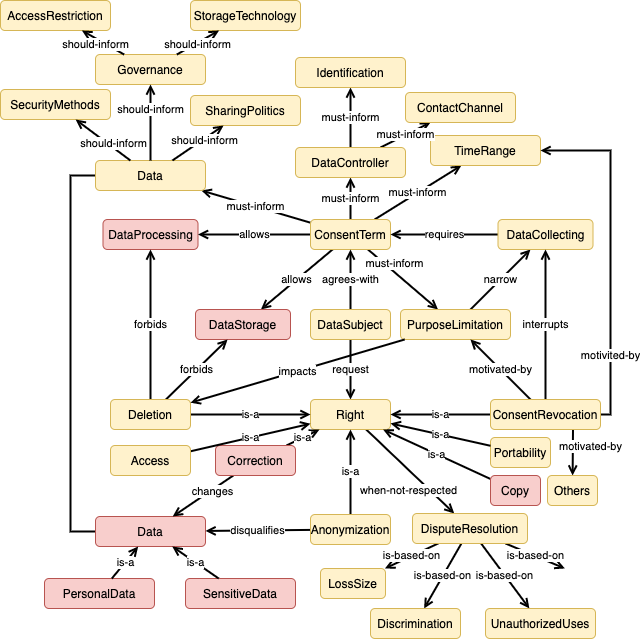
The draw.io diagram img/DataCorrectionImpact.png in phalves/GoDReP, before a commit. Source tidied: cells renumbered, new cells last; positions are measured from the earlier drawing's top-left corner, leaving out a move shared by most shapes.
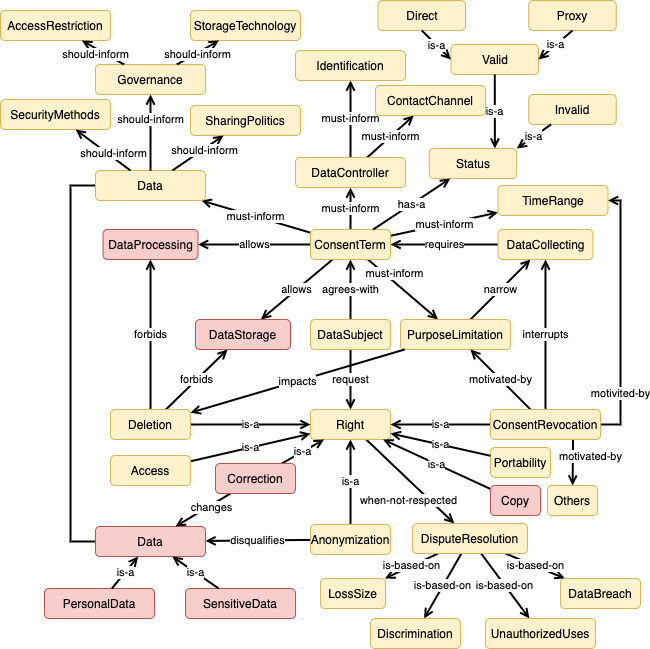
After the change.

Commit message:
Updating the scenario impact images

Diff of the diagram source:
```diff
@@ -33,7 +33,7 @@
       <mxGeometry x="400" y="309" width="110" height="30" as="geometry" />
     </mxCell>
     <mxCell id="12" value="TimeRange" style="rounded=1;whiteSpace=wrap;html=1;fillColor=#fff2cc;strokeColor=#d6b656;" parent="1" vertex="1">
-      <mxGeometry x="430" y="135" width="110" height="30" as="geometry" />
+      <mxGeometry x="497.5" y="175" width="110" height="30" as="geometry" />
     </mxCell>
     <mxCell id="13" value="must-inform" style="edgeStyle=none;rounded=0;jettySize=auto;html=1;endArrow=open;endFill=0;strokeWidth=2;" parent="1" edge="1" source="15" target="19">
       <mxGeometry relative="1" as="geometry" />
@@ -59,10 +59,10 @@
       <mxGeometry relative="1" as="geometry" />
     </mxCell>
     <mxCell id="19" value="Identification" style="rounded=1;whiteSpace=wrap;html=1;fillColor=#fff2cc;strokeColor=#d6b656;" parent="1" vertex="1">
-      <mxGeometry x="295" y="57" width="110" height="30" as="geometry" />
+      <mxGeometry x="295" y="40" width="110" height="30" as="geometry" />
     </mxCell>
     <mxCell id="20" value="ContactChannel" style="rounded=1;whiteSpace=wrap;html=1;fillColor=#fff2cc;strokeColor=#d6b656;" parent="1" vertex="1">
-      <mxGeometry x="405" y="92" width="110" height="30" as="geometry" />
+      <mxGeometry x="375" y="75" width="110" height="30" as="geometry" />
     </mxCell>
     <mxCell id="21" value="Data" style="rounded=1;whiteSpace=wrap;html=1;fillColor=#f8cecc;strokeColor=#b85450;" parent="1" vertex="1">
       <mxGeometry x="95" y="516" width="110" height="30" as="geometry" />
@@ -103,12 +103,12 @@
     <mxCell id="33" value="motivited-by" style="edgeStyle=none;rounded=0;jettySize=auto;html=1;endArrow=open;endFill=0;strokeWidth=2;" parent="1" edge="1" source="35" target="12">
       <mxGeometry x="-0.6" relative="1" as="geometry">
         <Array as="points">
-          <mxPoint x="610" y="414" />
-          <mxPoint x="610" y="150" />
+          <mxPoint x="620" y="414" />
+          <mxPoint x="620" y="190" />
         </Array>
       </mxGeometry>
     </mxCell>
-    <mxCell id="34" value="motivated-by" style="edgeStyle=none;rounded=0;jettySize=auto;html=1;endArrow=open;endFill=0;strokeWidth=2;exitX=0.75;exitY=1;exitDx=0;exitDy=0;" parent="1" edge="1" source="35" target="59">
+    <mxCell id="34" value="motivated-by" style="edgeStyle=none;rounded=0;jettySize=auto;html=1;endArrow=open;endFill=0;strokeWidth=2;exitX=0.75;exitY=1;exitDx=0;exitDy=0;" parent="1" edge="1" source="35" target="60">
       <mxGeometry x="-0.26" y="18" relative="1" as="geometry" />
     </mxCell>
     <mxCell id="35" value="ConsentRevocation" style="rounded=1;whiteSpace=wrap;html=1;fillColor=#fff2cc;strokeColor=#d6b656;" parent="1" vertex="1">
@@ -130,7 +130,7 @@
       <mxGeometry x="-0.29" y="2" relative="1" as="geometry" />
     </mxCell>
     <mxCell id="41" value="Correction" style="rounded=1;whiteSpace=wrap;html=1;fillColor=#f8cecc;strokeColor=#b85450;" parent="1" vertex="1">
-      <mxGeometry x="215" y="445" width="80" height="30" as="geometry" />
+      <mxGeometry x="215" y="453" width="80" height="30" as="geometry" />
     </mxCell>
     <mxCell id="42" value="is-a" style="edgeStyle=none;rounded=0;jettySize=auto;html=1;endArrow=open;endFill=0;strokeWidth=2;" parent="1" edge="1" source="45" target="26">
       <mxGeometry relative="1" as="geometry" />
@@ -156,10 +156,8 @@
     <mxCell id="49" value="is-based-on" style="edgeStyle=none;rounded=0;jettySize=auto;html=1;endArrow=open;endFill=0;strokeWidth=2;" parent="1" edge="1" source="51" target="54">
       <mxGeometry relative="1" as="geometry" />
     </mxCell>
-    <mxCell id="50" value="is-based-on" style="edgeStyle=none;rounded=0;jettySize=auto;html=1;endArrow=open;endFill=0;strokeWidth=2;" parent="1" edge="1" source="51">
-      <mxGeometry relative="1" as="geometry">
-        <mxPoint x="564.4" y="568" as="targetPoint" />
-      </mxGeometry>
+    <mxCell id="50" value="is-based-on" style="edgeStyle=none;rounded=0;jettySize=auto;html=1;endArrow=open;endFill=0;strokeWidth=2;" parent="1" edge="1" source="51" target="55">
+      <mxGeometry relative="1" as="geometry" />
     </mxCell>
     <mxCell id="51" value="DisputeResolution" style="rounded=1;whiteSpace=wrap;html=1;fillColor=#fff2cc;strokeColor=#d6b656;" parent="1" vertex="1">
       <mxGeometry x="412" y="513" width="115" height="30" as="geometry" />
@@ -173,71 +171,104 @@
     <mxCell id="54" value="UnauthorizedUses" style="rounded=1;whiteSpace=wrap;html=1;fillColor=#fff2cc;strokeColor=#d6b656;" parent="1" vertex="1">
       <mxGeometry x="485" y="608" width="110" height="30" as="geometry" />
     </mxCell>
-    <mxCell id="55" value="is-a" style="edgeStyle=none;rounded=0;jettySize=auto;html=1;endArrow=open;endFill=0;strokeWidth=2;" parent="1" edge="1" source="56" target="26">
-      <mxGeometry relative="1" as="geometry" />
+    <mxCell id="55" value="DataBreach" style="rounded=1;whiteSpace=wrap;html=1;fillColor=#fff2cc;strokeColor=#d6b656;" parent="1" vertex="1">
+      <mxGeometry x="560" y="568" width="80" height="30" as="geometry" />
     </mxCell>
-    <mxCell id="56" value="Access" style="rounded=1;whiteSpace=wrap;html=1;fillColor=#fff2cc;strokeColor=#d6b656;" parent="1" vertex="1">
-      <mxGeometry x="110" y="445" width="80" height="30" as="geometry" />
+    <mxCell id="56" value="is-a" style="edgeStyle=none;rounded=0;jettySize=auto;html=1;endArrow=open;endFill=0;strokeWidth=2;" parent="1" edge="1" source="57" target="26">
+      <mxGeometry relative="1" as="geometry" />
     </mxCell>
-    <mxCell id="57" value="is-a" style="edgeStyle=none;rounded=0;jettySize=auto;html=1;endArrow=open;endFill=0;strokeWidth=2;" parent="1" edge="1" source="58" target="26">
-      <mxGeometry relative="1" as="geometry" />
+    <mxCell id="57" value="Access" style="rounded=1;whiteSpace=wrap;html=1;fillColor=#fff2cc;strokeColor=#d6b656;" parent="1" vertex="1">
+      <mxGeometry x="110" y="445" width="80" height="30" as="geometry" />
     </mxCell>
-    <mxCell id="58" value="Copy" style="rounded=1;whiteSpace=wrap;html=1;fillColor=#f8cecc;strokeColor=#b85450;" parent="1" vertex="1">
-      <mxGeometry x="490" y="475" width="50" height="30" as="geometry" />
+    <mxCell id="58" value="is-a" style="edgeStyle=none;rounded=0;jettySize=auto;html=1;endArrow=open;endFill=0;strokeWidth=2;" parent="1" edge="1" source="59" target="26">
+      <mxGeometry relative="1" as="geometry" />
     </mxCell>
-    <mxCell id="59" value="Others" style="rounded=1;whiteSpace=wrap;html=1;fillColor=#fff2cc;strokeColor=#d6b656;" parent="1" vertex="1">
-      <mxGeometry x="547" y="475" width="50" height="30" as="geometry" />
+    <mxCell id="59" value="Copy" style="rounded=1;whiteSpace=wrap;html=1;fillColor=#f8cecc;strokeColor=#b85450;" parent="1" vertex="1">
+      <mxGeometry x="490" y="475" width="50" height="30" as="geometry" />
     </mxCell>
-    <mxCell id="60" value="PersonalData" style="rounded=1;whiteSpace=wrap;html=1;fillColor=#f8cecc;strokeColor=#b85450;" parent="1" vertex="1">
-      <mxGeometry x="44" y="578" width="110" height="30" as="geometry" />
+    <mxCell id="60" value="Others" style="rounded=1;whiteSpace=wrap;html=1;fillColor=#fff2cc;strokeColor=#d6b656;" parent="1" vertex="1">
+      <mxGeometry x="547" y="475" width="50" height="30" as="geometry" />
     </mxCell>
-    <mxCell id="61" value="SensitiveData" style="rounded=1;whiteSpace=wrap;html=1;fillColor=#f8cecc;strokeColor=#b85450;" parent="1" vertex="1">
-      <mxGeometry x="185" y="578" width="110" height="30" as="geometry" />
+    <mxCell id="61" value="PersonalData" style="rounded=1;whiteSpace=wrap;html=1;fillColor=#f8cecc;strokeColor=#b85450;" parent="1" vertex="1">
+      <mxGeometry x="44" y="578" width="110" height="30" as="geometry" />
     </mxCell>
-    <mxCell id="62" value="is-a" style="edgeStyle=none;rounded=0;jettySize=auto;html=1;endArrow=open;endFill=0;strokeWidth=2;" parent="1" edge="1" source="60" target="21">
-      <mxGeometry relative="1" as="geometry" />
+    <mxCell id="62" value="SensitiveData" style="rounded=1;whiteSpace=wrap;html=1;fillColor=#f8cecc;strokeColor=#b85450;" parent="1" vertex="1">
+      <mxGeometry x="185" y="578" width="110" height="30" as="geometry" />
     </mxCell>
     <mxCell id="63" value="is-a" style="edgeStyle=none;rounded=0;jettySize=auto;html=1;endArrow=open;endFill=0;strokeWidth=2;" parent="1" edge="1" source="61" target="21">
       <mxGeometry relative="1" as="geometry" />
     </mxCell>
-    <mxCell id="64" value="Portability" style="rounded=1;whiteSpace=wrap;html=1;fillColor=#fff2cc;strokeColor=#d6b656;" parent="1" vertex="1">
-      <mxGeometry x="490" y="437" width="60" height="30" as="geometry" />
+    <mxCell id="64" value="is-a" style="edgeStyle=none;rounded=0;jettySize=auto;html=1;endArrow=open;endFill=0;strokeWidth=2;" parent="1" edge="1" source="62" target="21">
+      <mxGeometry relative="1" as="geometry" />
     </mxCell>
-    <mxCell id="65" value="is-a" style="edgeStyle=none;rounded=0;jettySize=auto;html=1;endArrow=open;endFill=0;strokeWidth=2;" parent="1" edge="1" source="64" target="26">
-      <mxGeometry relative="1" as="geometry" />
+    <mxCell id="65" value="Portability" style="rounded=1;whiteSpace=wrap;html=1;fillColor=#fff2cc;strokeColor=#d6b656;" parent="1" vertex="1">
+      <mxGeometry x="490" y="437" width="60" height="30" as="geometry" />
     </mxCell>
-    <mxCell id="66" value="SecurityMethods" style="rounded=1;whiteSpace=wrap;html=1;fillColor=#fff2cc;strokeColor=#d6b656;" parent="1" vertex="1">
-      <mxGeometry y="89" width="110" height="30" as="geometry" />
+    <mxCell id="66" value="is-a" style="edgeStyle=none;rounded=0;jettySize=auto;html=1;endArrow=open;endFill=0;strokeWidth=2;" parent="1" edge="1" source="65" target="26">
+      <mxGeometry relative="1" as="geometry" />
     </mxCell>
-    <mxCell id="67" value="Governance" style="rounded=1;whiteSpace=wrap;html=1;fillColor=#fff2cc;strokeColor=#d6b656;" parent="1" vertex="1">
-      <mxGeometry x="95" y="54" width="110" height="30" as="geometry" />
+    <mxCell id="67" value="SecurityMethods" style="rounded=1;whiteSpace=wrap;html=1;fillColor=#fff2cc;strokeColor=#d6b656;" parent="1" vertex="1">
+      <mxGeometry y="89" width="110" height="30" as="geometry" />
     </mxCell>
-    <mxCell id="68" value="SharingPolitics" style="rounded=1;whiteSpace=wrap;html=1;fillColor=#fff2cc;strokeColor=#d6b656;" parent="1" vertex="1">
-      <mxGeometry x="190" y="95" width="110" height="30" as="geometry" />
+    <mxCell id="68" value="Governance" style="rounded=1;whiteSpace=wrap;html=1;fillColor=#fff2cc;strokeColor=#d6b656;" parent="1" vertex="1">
+      <mxGeometry x="95" y="54" width="110" height="30" as="geometry" />
     </mxCell>
-    <mxCell id="69" value="should-inform" style="edgeStyle=none;rounded=0;jettySize=auto;html=1;endArrow=open;endFill=0;strokeWidth=2;" parent="1" edge="1" source="17" target="68">
-      <mxGeometry x="0.21" y="-2" relative="1" as="geometry" />
+    <mxCell id="69" value="SharingPolitics" style="rounded=1;whiteSpace=wrap;html=1;fillColor=#fff2cc;strokeColor=#d6b656;" parent="1" vertex="1">
+      <mxGeometry x="190" y="95" width="110" height="30" as="geometry" />
     </mxCell>
-    <mxCell id="70" value="should-inform" style="edgeStyle=none;rounded=0;jettySize=auto;html=1;endArrow=open;endFill=0;strokeWidth=2;" parent="1" edge="1" source="17" target="66">
-      <mxGeometry x="-0.31" y="-3" relative="1" as="geometry" />
+    <mxCell id="70" value="should-inform" style="edgeStyle=none;rounded=0;jettySize=auto;html=1;endArrow=open;endFill=0;strokeWidth=2;" parent="1" edge="1" source="17" target="69">
+      <mxGeometry x="0.21" y="-2" relative="1" as="geometry" />
     </mxCell>
     <mxCell id="71" value="should-inform" style="edgeStyle=none;rounded=0;jettySize=auto;html=1;endArrow=open;endFill=0;strokeWidth=2;" parent="1" edge="1" source="17" target="67">
-      <mxGeometry x="0.33" relative="1" as="geometry" />
+      <mxGeometry x="-0.31" y="-3" relative="1" as="geometry" />
     </mxCell>
-    <mxCell id="72" value="AccessRestriction" style="rounded=1;whiteSpace=wrap;html=1;fillColor=#fff2cc;strokeColor=#d6b656;" parent="1" vertex="1">
-      <mxGeometry width="110" height="30" as="geometry" />
+    <mxCell id="72" value="should-inform" style="edgeStyle=none;rounded=0;jettySize=auto;html=1;endArrow=open;endFill=0;strokeWidth=2;" parent="1" edge="1" source="17" target="68">
+      <mxGeometry x="0.33" relative="1" as="geometry" />
     </mxCell>
-    <mxCell id="73" value="StorageTechnology" style="rounded=1;whiteSpace=wrap;html=1;fillColor=#fff2cc;strokeColor=#d6b656;" parent="1" vertex="1">
-      <mxGeometry x="190" width="110" height="30" as="geometry" />
+    <mxCell id="73" value="AccessRestriction" style="rounded=1;whiteSpace=wrap;html=1;fillColor=#fff2cc;strokeColor=#d6b656;" parent="1" vertex="1">
+      <mxGeometry width="110" height="30" as="geometry" />
     </mxCell>
-    <mxCell id="74" value="should-inform" style="edgeStyle=none;rounded=0;jettySize=auto;html=1;endArrow=open;endFill=0;strokeWidth=2;" parent="1" edge="1" source="67" target="72">
-      <mxGeometry x="0.25" y="6" relative="1" as="geometry" />
+    <mxCell id="74" value="StorageTechnology" style="rounded=1;whiteSpace=wrap;html=1;fillColor=#fff2cc;strokeColor=#d6b656;" parent="1" vertex="1">
+      <mxGeometry x="190" width="110" height="30" as="geometry" />
     </mxCell>
-    <mxCell id="75" value="should-inform" style="edgeStyle=none;rounded=0;jettySize=auto;html=1;endArrow=open;endFill=0;strokeWidth=2;" parent="1" edge="1" source="67" target="73">
-      <mxGeometry x="-0.05" y="-2" relative="1" as="geometry" />
+    <mxCell id="75" value="should-inform" style="edgeStyle=none;rounded=0;jettySize=auto;html=1;endArrow=open;endFill=0;strokeWidth=2;" parent="1" edge="1" source="68" target="73">
+      <mxGeometry x="0.25" y="6" relative="1" as="geometry" />
     </mxCell>
-    <mxCell id="76" value="impacts" style="edgeStyle=none;rounded=0;jettySize=auto;html=1;endArrow=open;endFill=0;strokeWidth=2;" parent="1" edge="1" source="11" target="45">
-      <mxGeometry relative="1" as="geometry" />
+    <mxCell id="76" value="should-inform" style="edgeStyle=none;rounded=0;jettySize=auto;html=1;endArrow=open;endFill=0;strokeWidth=2;" parent="1" edge="1" source="68" target="74">
+      <mxGeometry x="-0.05" y="-2" relative="1" as="geometry" />
     </mxCell>
+    <mxCell id="77" value="impacts" style="edgeStyle=none;rounded=0;jettySize=auto;html=1;endArrow=open;endFill=0;strokeWidth=2;" parent="1" edge="1" source="11" target="45">
+      <mxGeometry relative="1" as="geometry" />
+    </mxCell>
+    <mxCell id="78" value="Status" style="rounded=1;whiteSpace=wrap;html=1;fillColor=#fff2cc;strokeColor=#d6b656;" parent="1" vertex="1">
+      <mxGeometry x="428.8" y="138" width="87.5" height="30" as="geometry" />
+    </mxCell>
+    <mxCell id="79" value="has-a" style="edgeStyle=none;rounded=0;jettySize=auto;html=1;endArrow=open;endFill=0;strokeWidth=2;" parent="1" edge="1" source="9" target="78">
+      <mxGeometry relative="1" as="geometry" />
+    </mxCell>
+    <mxCell id="80" value="Valid" style="rounded=1;whiteSpace=wrap;html=1;fillColor=#fff2cc;strokeColor=#d6b656;" parent="1" vertex="1">
+      <mxGeometry x="450.5" y="34" width="87.5" height="30" as="geometry" />
+    </mxCell>
+    <mxCell id="81" value="Invalid" style="rounded=1;whiteSpace=wrap;html=1;fillColor=#fff2cc;strokeColor=#d6b656;" parent="1" vertex="1">
+      <mxGeometry x="528.2" y="84" width="87.5" height="30" as="geometry" />
+    </mxCell>
+    <mxCell id="82" value="is-a" style="edgeStyle=none;rounded=0;jettySize=auto;html=1;endArrow=open;endFill=0;strokeWidth=2;entryX=0.75;entryY=0;entryDx=0;entryDy=0;" parent="1" edge="1" source="80" target="78">
+      <mxGeometry relative="1" as="geometry" />
+    </mxCell>
+    <mxCell id="83" value="is-a" style="edgeStyle=none;rounded=0;jettySize=auto;html=1;endArrow=open;endFill=0;strokeWidth=2;entryX=1;entryY=0;entryDx=0;entryDy=0;" parent="1" edge="1" source="81" target="78">
+      <mxGeometry relative="1" as="geometry" />
+    </mxCell>
+    <mxCell id="84" value="Direct" style="rounded=1;whiteSpace=wrap;html=1;fillColor=#fff2cc;strokeColor=#d6b656;" parent="1" vertex="1">
+      <mxGeometry x="377.5" y="-10" width="87.5" height="30" as="geometry" />
+    </mxCell>
+    <mxCell id="85" value="Proxy" style="rounded=1;whiteSpace=wrap;html=1;fillColor=#fff2cc;strokeColor=#d6b656;" parent="1" vertex="1">
+      <mxGeometry x="528.2" y="-10" width="87.5" height="30" as="geometry" />
+    </mxCell>
+    <mxCell id="86" value="is-a" style="edgeStyle=none;rounded=0;jettySize=auto;html=1;endArrow=open;endFill=0;strokeWidth=2;exitX=0.5;exitY=1;exitDx=0;exitDy=0;entryX=0;entryY=0.5;entryDx=0;entryDy=0;" parent="1" edge="1" source="84" target="80">
+      <mxGeometry relative="1" as="geometry" />
+    </mxCell>
+    <mxCell id="87" value="is-a" style="edgeStyle=none;rounded=0;jettySize=auto;html=1;endArrow=open;endFill=0;strokeWidth=2;exitX=0.5;exitY=1;exitDx=0;exitDy=0;entryX=1;entryY=0.5;entryDx=0;entryDy=0;" parent="1" edge="1" source="85" target="80">
+      <mxGeometry relative="1" as="geometry" />
+    </mxCell>
   </root>
 </mxGraphModel>
```
